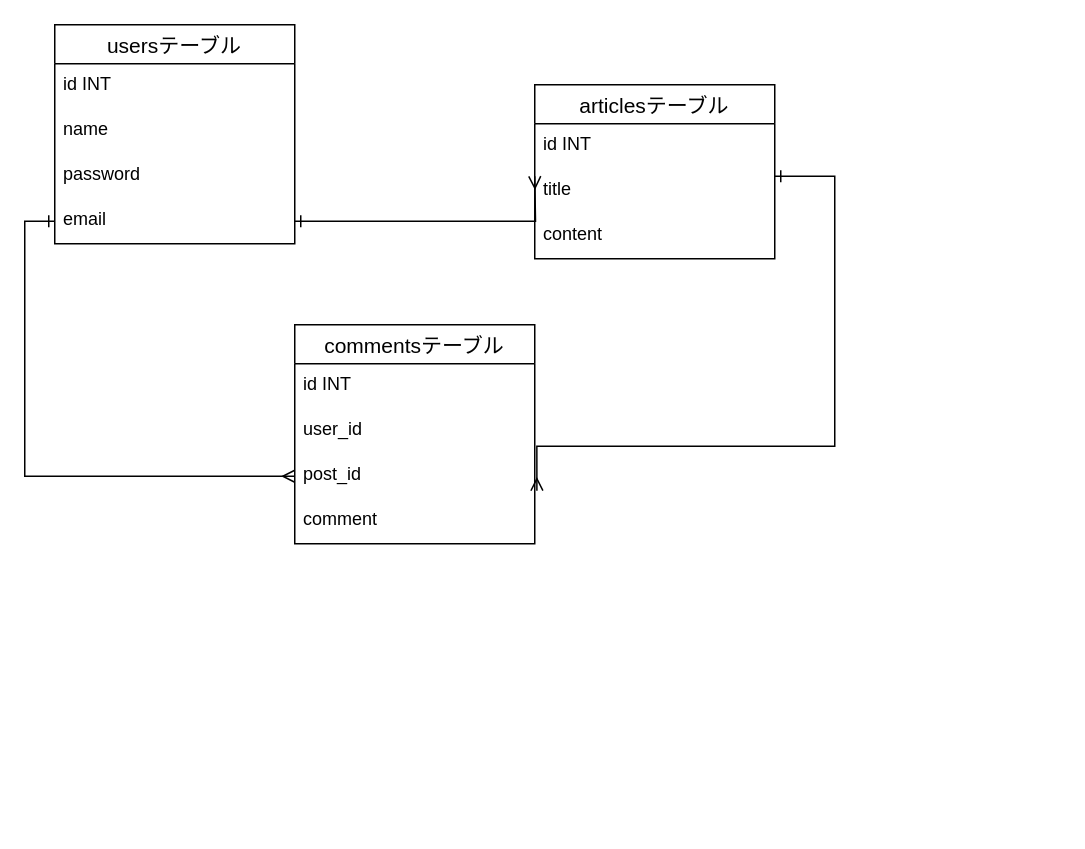
Above: nextapp.dio in SeyH0409/nextapp (draw.io), before the change. Source tidied: cells renumbered, new cells numbered last; positions are measured from the earlier drawing's top-left corner, leaving out a move shared by most shapes. Both pictures are drawn from the tidied source at 150%, with x=0, y=0 at pixel (54, 24).
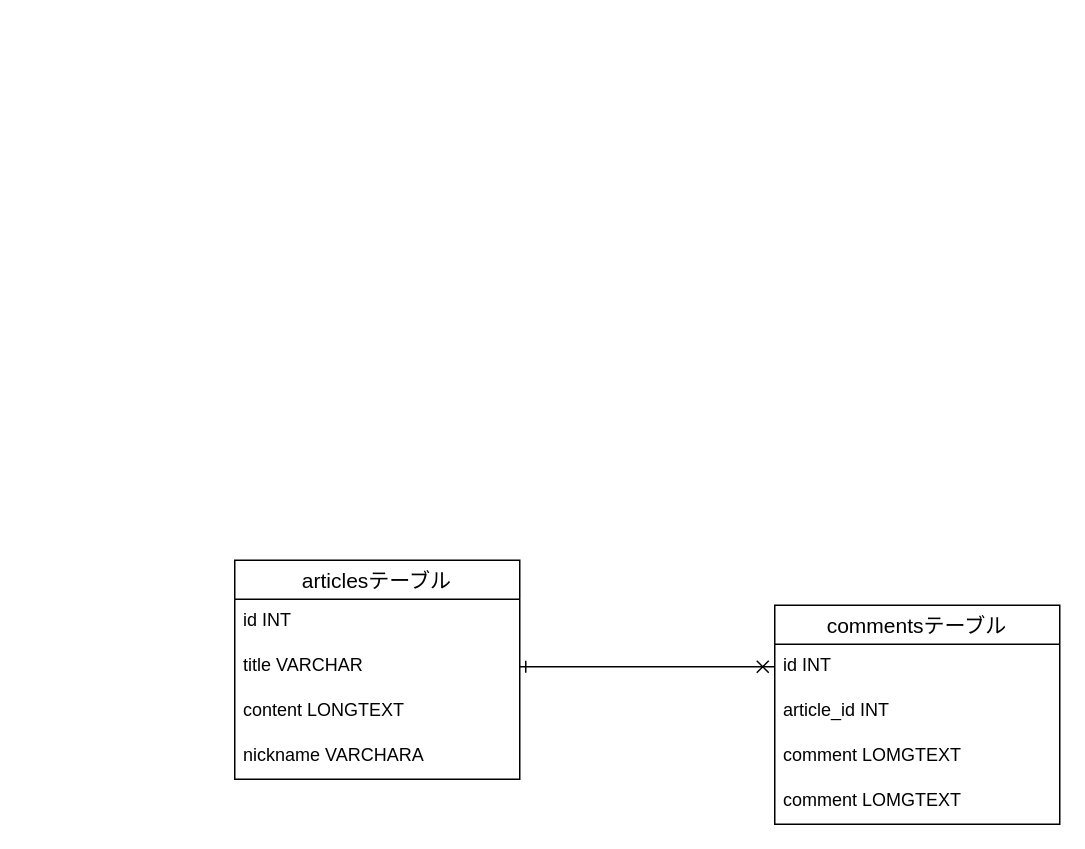
After the change.

Commit message (it also covers changes not shown here):
データベース設計　完了

The edit, as a diff of the source:
```diff
@@
-    <mxCell id="2" value="usersテーブル" style="swimlane;fontStyle=0;horizontal=1;startSize=26;align=center;fontSize=14;" parent="1" vertex="1">
-      <mxGeometry width="160" height="146" as="geometry" />
-    </mxCell>
-    <mxCell id="3" value="id INT" style="text;strokeColor=none;fillColor=none;spacingLeft=4;spacingRight=4;overflow=hidden;fontSize=12;" parent="2" vertex="1">
-      <mxGeometry y="26" width="160" height="30" as="geometry" />
-    </mxCell>
-    <mxCell id="4" value="name" style="text;strokeColor=none;fillColor=none;spacingLeft=4;spacingRight=4;overflow=hidden;fontSize=12;" parent="2" vertex="1">
-      <mxGeometry y="56" width="160" height="30" as="geometry" />
-    </mxCell>
-    <mxCell id="5" value="password" style="text;strokeColor=none;fillColor=none;spacingLeft=4;spacingRight=4;overflow=hidden;fontSize=12;" parent="2" vertex="1">
-      <mxGeometry y="86" width="160" height="30" as="geometry" />
-    </mxCell>
-    <mxCell id="6" value="email" style="text;strokeColor=none;fillColor=none;spacingLeft=4;spacingRight=4;overflow=hidden;points=[[0,0.5],[1,0.5]];portConstraint=eastwest;fontSize=12;" parent="2" vertex="1">
-      <mxGeometry y="116" width="160" height="30" as="geometry" />
-    </mxCell>
     <mxCell id="7" value="articlesテーブル" style="swimlane;fontStyle=0;horizontal=1;startSize=26;align=center;fontSize=14;" parent="1" vertex="1">
-      <mxGeometry x="320" y="40" width="160" height="116" as="geometry" />
+      <mxGeometry x="120" y="357" width="190" height="146" as="geometry" />
     </mxCell>
     <mxCell id="8" value="id INT" style="text;strokeColor=none;fillColor=none;spacingLeft=4;spacingRight=4;overflow=hidden;fontSize=12;" parent="7" vertex="1">
-      <mxGeometry y="26" width="160" height="30" as="geometry" />
+      <mxGeometry y="26" width="190" height="30" as="geometry" />
     </mxCell>
-    <mxCell id="9" value="title" style="text;strokeColor=none;fillColor=none;spacingLeft=4;spacingRight=4;overflow=hidden;points=[[0,0.5],[1,0.5]];portConstraint=eastwest;fontSize=12;" parent="7" vertex="1">
-      <mxGeometry y="56" width="160" height="30" as="geometry" />
+    <mxCell id="9" value="title VARCHAR" style="text;strokeColor=none;fillColor=none;spacingLeft=4;spacingRight=4;overflow=hidden;points=[[0,0.5],[1,0.5]];portConstraint=eastwest;fontSize=12;" parent="7" vertex="1">
+      <mxGeometry y="56" width="190" height="30" as="geometry" />
     </mxCell>
+    <mxCell id="19" value="content LONGTEXT" style="text;strokeColor=none;fillColor=none;spacingLeft=4;spacingRight=4;overflow=hidden;fontSize=12;" parent="7" vertex="1">
+      <mxGeometry y="86" width="190" height="30" as="geometry" />
+    </mxCell>
-    <mxCell id="10" value="content" style="text;strokeColor=none;fillColor=none;spacingLeft=4;spacingRight=4;overflow=hidden;fontSize=12;" parent="7" vertex="1">
-      <mxGeometry y="86" width="160" height="30" as="geometry" />
+    <mxCell id="10" value="nickname VARCHARA" style="text;strokeColor=none;fillColor=none;spacingLeft=4;spacingRight=4;overflow=hidden;fontSize=12;" parent="7" vertex="1">
+      <mxGeometry y="116" width="190" height="30" as="geometry" />
     </mxCell>
     <mxCell id="11" value="commentsテーブル" style="swimlane;fontStyle=0;horizontal=1;startSize=26;align=center;fontSize=14;" parent="1" vertex="1">
-      <mxGeometry x="160" y="200" width="160" height="146" as="geometry" />
+      <mxGeometry x="480" y="387" width="190" height="146" as="geometry" />
     </mxCell>
     <mxCell id="12" value="id INT" style="text;strokeColor=none;fillColor=none;spacingLeft=4;spacingRight=4;overflow=hidden;points=[[0,0.5],[1,0.5]];portConstraint=eastwest;fontSize=12;" parent="11" vertex="1">
-      <mxGeometry y="26" width="160" height="30" as="geometry" />
+      <mxGeometry y="26" width="190" height="30" as="geometry" />
     </mxCell>
-    <mxCell id="13" value="user_id" style="text;strokeColor=none;fillColor=none;spacingLeft=4;spacingRight=4;overflow=hidden;fontSize=12;" parent="11" vertex="1">
-      <mxGeometry y="56" width="160" height="30" as="geometry" />
-    </mxCell>
-    <mxCell id="14" value="post_id" style="text;strokeColor=none;fillColor=none;spacingLeft=4;spacingRight=4;overflow=hidden;points=[[0,0.5],[1,0.5]];portConstraint=eastwest;fontSize=12;" parent="11" vertex="1">
-      <mxGeometry y="86" width="160" height="30" as="geometry" />
+    <mxCell id="14" value="article_id INT" style="text;strokeColor=none;fillColor=none;spacingLeft=4;spacingRight=4;overflow=hidden;points=[[0,0.5],[1,0.5]];portConstraint=eastwest;fontSize=12;" parent="11" vertex="1">
+      <mxGeometry y="56" width="190" height="30" as="geometry" />
     </mxCell>
+    <mxCell id="20" value="comment LOMGTEXT" style="text;strokeColor=none;fillColor=none;spacingLeft=4;spacingRight=4;overflow=hidden;fontSize=12;" parent="11" vertex="1">
+      <mxGeometry y="86" width="190" height="30" as="geometry" />
+    </mxCell>
-    <mxCell id="15" value="comment" style="text;strokeColor=none;fillColor=none;spacingLeft=4;spacingRight=4;overflow=hidden;fontSize=12;" parent="11" vertex="1">
-      <mxGeometry y="116" width="160" height="30" as="geometry" />
+    <mxCell id="15" value="comment LOMGTEXT" style="text;strokeColor=none;fillColor=none;spacingLeft=4;spacingRight=4;overflow=hidden;fontSize=12;" parent="11" vertex="1">
+      <mxGeometry y="116" width="190" height="30" as="geometry" />
     </mxCell>
-    <mxCell id="16" style="edgeStyle=orthogonalEdgeStyle;rounded=0;jettySize=auto;html=1;exitX=1;exitY=0.5;exitDx=0;exitDy=0;entryX=0;entryY=0.5;entryDx=0;entryDy=0;startArrow=ERone;startFill=0;endArrow=ERmany;endFill=0;" parent="1" edge="1" source="6">
-      <mxGeometry relative="1" as="geometry">
-        <mxPoint x="320" y="101" as="targetPoint" />
-      </mxGeometry>
-    </mxCell>
-    <mxCell id="17" style="edgeStyle=orthogonalEdgeStyle;rounded=0;jettySize=auto;html=1;exitX=1;exitY=0.5;exitDx=0;exitDy=0;entryX=1.009;entryY=0.821;entryDx=0;entryDy=0;entryPerimeter=0;startArrow=ERone;startFill=0;endArrow=ERmany;endFill=0;" parent="1" edge="1" target="14">
-      <mxGeometry relative="1" as="geometry">
-        <mxPoint x="480" y="101" as="sourcePoint" />
-        <Array as="points">
-          <mxPoint x="520" y="101" />
-          <mxPoint x="520" y="281" />
-        </Array>
-      </mxGeometry>
-    </mxCell>
-    <mxCell id="18" style="edgeStyle=orthogonalEdgeStyle;rounded=0;jettySize=auto;html=1;exitX=0;exitY=0.5;exitDx=0;exitDy=0;entryX=0;entryY=0.5;entryDx=0;entryDy=0;startArrow=ERone;startFill=0;endArrow=ERmany;endFill=0;" parent="1" edge="1" source="6" target="14">
-      <mxGeometry relative="1" as="geometry" />
-    </mxCell>
+    <mxCell id="21" style="edgeStyle=orthogonalEdgeStyle;rounded=0;jettySize=auto;html=1;exitX=1;exitY=0.5;exitDx=0;exitDy=0;entryX=0;entryY=0.5;entryDx=0;entryDy=0;startArrow=ERone;startFill=0;endArrow=cross;endFill=0;" parent="1" edge="1" source="9" target="12">
+      <mxGeometry relative="1" as="geometry" />
+    </mxCell>
```
